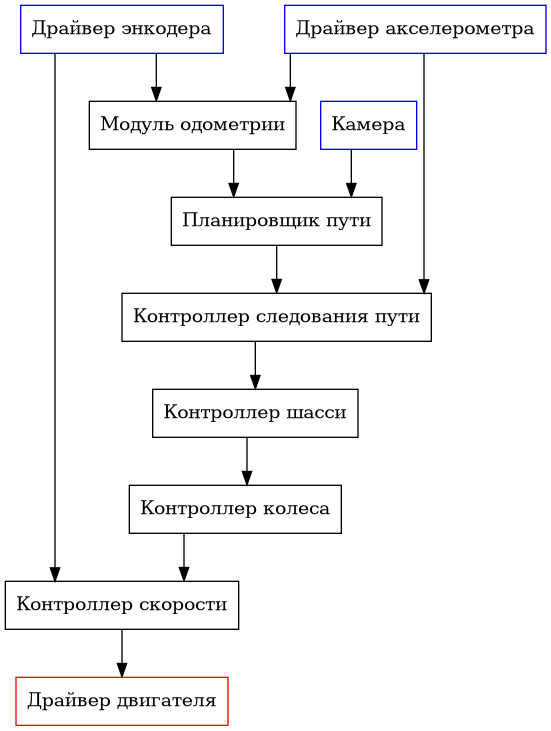
Earlier version of the Graphviz export doc/software.png (prostoiChelovek/qHandedCart). Its source is kept beside it as doc/software.dot.
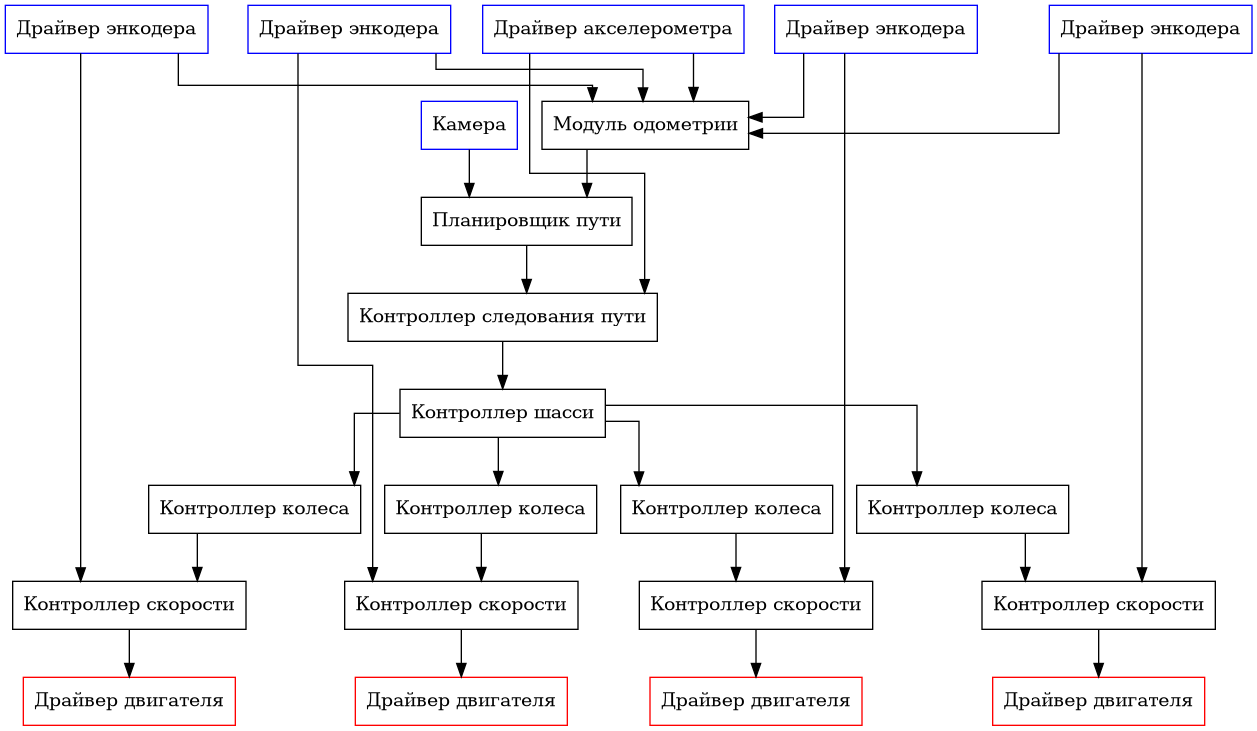
Later version of the same file.

Commit message:
show all four motors on the graph

The edit, as a diff of the source:
```diff
@@ -5,16 +5,42 @@
     {
         node [color = blue]
 
-        encoder_driver [label = "Драйвер энкодера"]
+        front_left_encoder_driver [label = "Драйвер энкодера"]
+        front_right_encoder_driver [label = "Драйвер энкодера"]
+        rear_left_encoder_driver [label = "Драйвер энкодера"]
+        rear_right_encoder_driver [label = "Драйвер энкодера"]
+
         accelerometer_driver [label = "Драйвер акселерометра"]
         camera [label = "Камера"]
     }
 
-    motor_driver [label = "Драйвер двигателя" color = red]
+    {
+        rank = same
 
-    speed_controller [label = "Контроллер скорости"]
+        front_left_motor_driver [label = "Драйвер двигателя" color = red]
+        front_right_motor_driver [label = "Драйвер двигателя" color = red]
+        rear_left_motor_driver [label = "Драйвер двигателя" color = red]
+        rear_right_motor_driver [label = "Драйвер двигателя" color = red]
+    }
 
-    wheel [label = "Контроллер колеса"]
+    {
+        rank = same
+
+        front_left_speed_controller [label = "Контроллер скорости"]
+        front_right_speed_controller [label = "Контроллер скорости"]
+        rear_left_speed_controller [label = "Контроллер скорости"]
+        rear_right_speed_controller [label = "Контроллер скорости"]
+    }
+
+    {
+        rank = same
+
+        front_left_wheel [label = "Контроллер колеса"]
+        front_right_wheel [label = "Контроллер колеса"]
+        rear_left_wheel [label = "Контроллер колеса"]
+        rear_right_wheel [label = "Контроллер колеса"]
+    }
+
     chassis [label = "Контроллер шасси"]
 
     odometry [label = "Модуль одометрии"]
@@ -22,14 +48,35 @@
     path_planner [label = "Планировщик пути"]
     path_follower [label = "Контроллер следования пути"]
 
-    encoder_driver -> speed_controller
-    speed_controller -> motor_driver
-    wheel -> speed_controller
+    front_left_encoder_driver -> front_left_speed_controller
+    front_right_encoder_driver -> front_right_speed_controller
+    rear_left_encoder_driver -> rear_left_speed_controller
+    rear_right_encoder_driver -> rear_right_speed_controller
 
-    chassis -> wheel
+    front_left_speed_controller -> front_left_motor_driver
+    front_right_speed_controller -> front_right_motor_driver
+    rear_left_speed_controller -> rear_left_motor_driver
+    rear_right_speed_controller -> rear_right_motor_driver
+
+    front_left_wheel -> front_left_speed_controller
+    front_right_wheel -> front_right_speed_controller
+    rear_left_wheel -> rear_left_speed_controller
+    rear_right_wheel -> rear_right_speed_controller
+
+    chassis -> {
+        front_left_wheel,
+        front_right_wheel,
+        rear_left_wheel,
+        rear_right_wheel
+        }
 
     accelerometer_driver -> odometry
-    encoder_driver -> odometry
+    {
+        front_left_encoder_driver,
+        front_right_encoder_driver,
+        rear_left_encoder_driver,
+        rear_right_encoder_driver
+        } -> odometry
 
     accelerometer_driver -> path_follower
     path_planner -> path_follower
```
